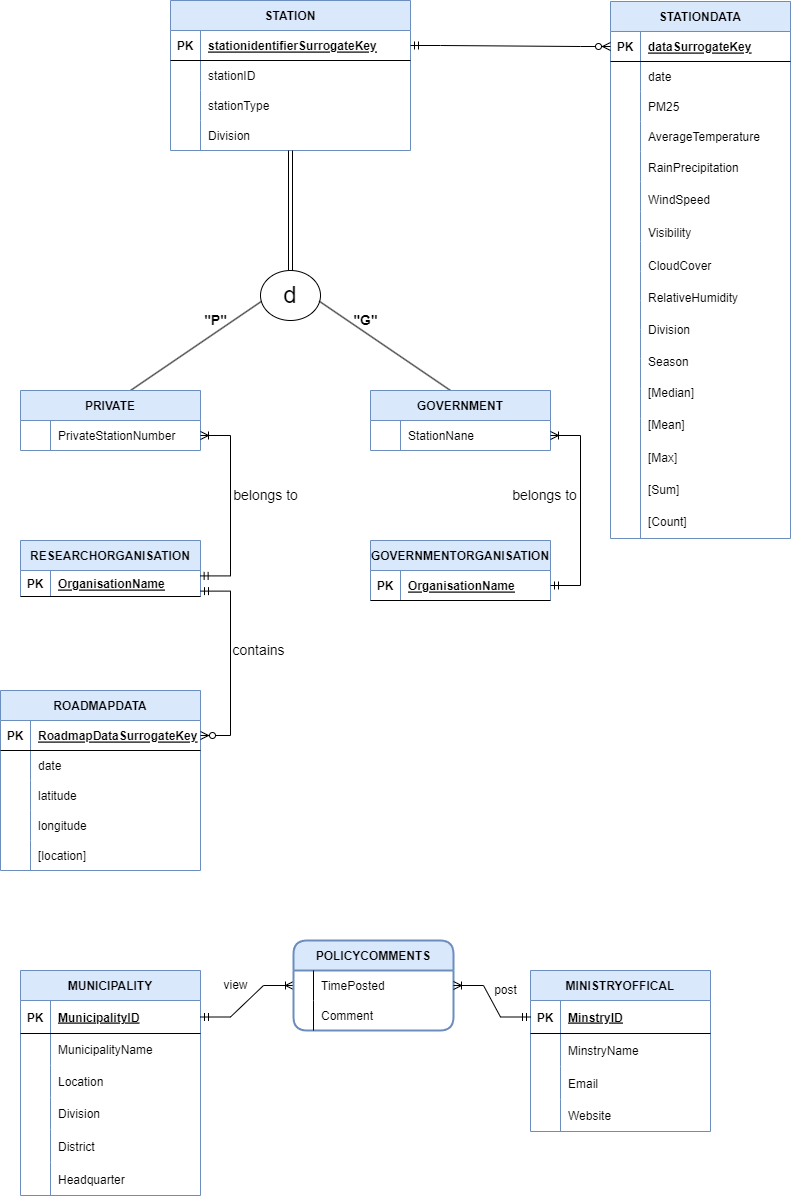
The draw.io diagram ERDFinal.drawio.png in toushifhossain1/AirQualityMonitoringOfBangladesh, before a commit. Source tidied: cells renumbered, new cells last; positions are measured from the earlier drawing's top-left corner, leaving out a move shared by most shapes.
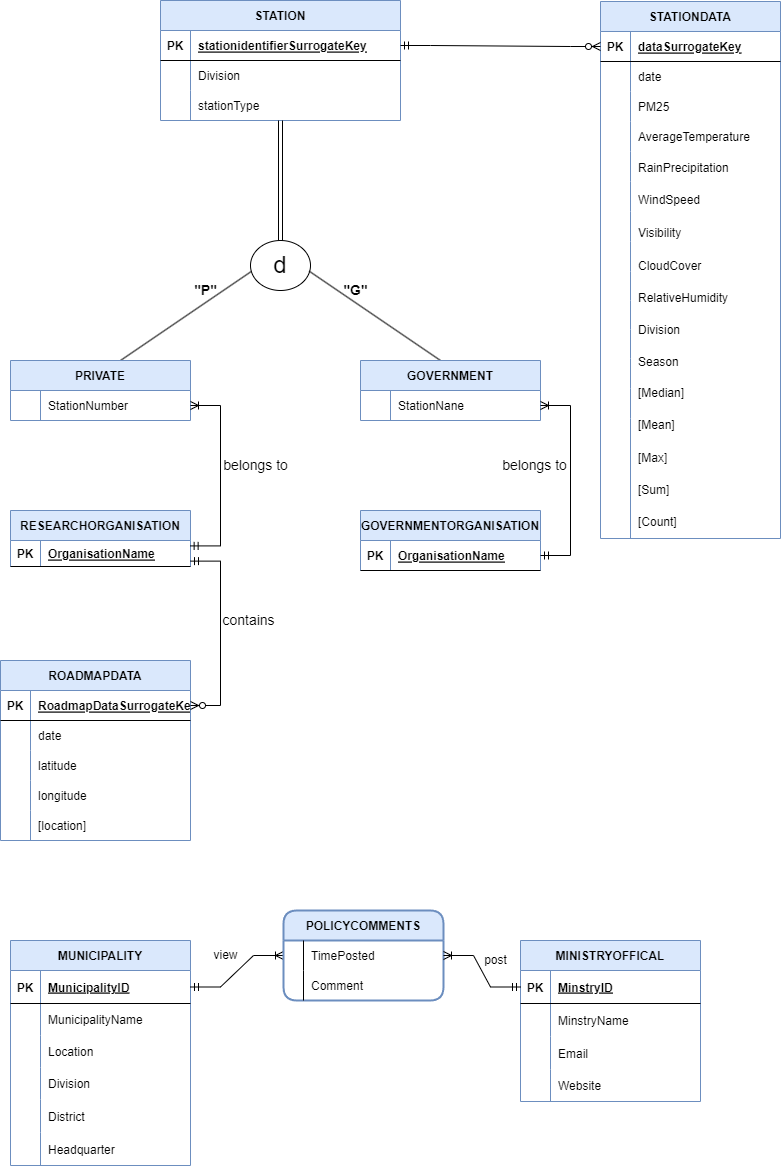
After the change.

The edit, as a diff of the source:
```diff
@@ -135,7 +135,7 @@
       <mxGeometry x="210" y="970" width="50" height="30" as="geometry" />
     </mxCell>
     <mxCell id="46" value="STATION" style="shape=table;startSize=30;rowLines=0;fontStyle=1;align=center;fillColor=#DAE8FC;strokeColor=#6c8ebf;" parent="1" vertex="1">
-      <mxGeometry x="170" width="240" height="150" as="geometry" />
+      <mxGeometry x="170" y="30" width="240" height="120" as="geometry" />
     </mxCell>
     <mxCell id="47" style="shape=tableRow;horizontal=0;startSize=0;swimlaneHead=0;swimlaneBody=0;fillColor=none;points=[[0,0.5],[1,0.5]];portConstraint=eastwest;top=0;left=0;right=0;bottom=1;" parent="46" vertex="1">
       <mxGeometry y="30" width="240" height="30" as="geometry" />
@@ -146,15 +146,15 @@
     <mxCell id="49" value="stationidentifierSurrogateKey" style="shape=partialRectangle;fillColor=none;top=0;left=0;bottom=0;right=0;align=left;spacingLeft=6;fontStyle=5;overflow=hidden;" parent="47" vertex="1">
       <mxGeometry x="30" width="210" height="30" as="geometry" />
     </mxCell>
-    <mxCell id="50" style="shape=tableRow;horizontal=0;startSize=0;swimlaneHead=0;swimlaneBody=0;fillColor=none;top=0;left=0;right=0;bottom=0;" parent="46" vertex="1">
-      <mxGeometry y="60" width="240" height="30" as="geometry" />
-    </mxCell>
-    <mxCell id="51" style="shape=partialRectangle;fillColor=none;top=0;left=0;bottom=0;right=0;overflow=hidden;" parent="50" vertex="1">
-      <mxGeometry width="30" height="30" as="geometry" />
-    </mxCell>
-    <mxCell id="52" value="stationID" style="shape=partialRectangle;fillColor=none;top=0;left=0;bottom=0;right=0;align=left;spacingLeft=6;overflow=hidden;" parent="50" vertex="1">
-      <mxGeometry x="30" width="210" height="30" as="geometry" />
-    </mxCell>
+    <mxCell id="56" style="shape=tableRow;horizontal=0;startSize=0;swimlaneHead=0;swimlaneBody=0;fillColor=none;top=0;left=0;right=0;bottom=0;" parent="46" vertex="1">
+      <mxGeometry y="60" width="240" height="30" as="geometry" />
+    </mxCell>
+    <mxCell id="57" style="shape=partialRectangle;fillColor=none;top=0;left=0;bottom=0;right=0;overflow=hidden;" parent="56" vertex="1">
+      <mxGeometry width="30" height="30" as="geometry" />
+    </mxCell>
+    <mxCell id="58" value="Division" style="shape=partialRectangle;fillColor=none;top=0;left=0;bottom=0;right=0;align=left;spacingLeft=6;overflow=hidden;" parent="56" vertex="1">
+      <mxGeometry x="30" width="210" height="30" as="geometry" />
+    </mxCell>
     <mxCell id="53" style="shape=tableRow;horizontal=0;startSize=0;swimlaneHead=0;swimlaneBody=0;fillColor=none;top=0;left=0;right=0;bottom=0;" parent="46" vertex="1">
       <mxGeometry y="90" width="240" height="30" as="geometry" />
     </mxCell>
@@ -164,17 +164,8 @@
     <mxCell id="55" value="stationType" style="shape=partialRectangle;fillColor=none;top=0;left=0;bottom=0;right=0;align=left;spacingLeft=6;overflow=hidden;" parent="53" vertex="1">
       <mxGeometry x="30" width="210" height="30" as="geometry" />
     </mxCell>
-    <mxCell id="56" style="shape=tableRow;horizontal=0;startSize=0;swimlaneHead=0;swimlaneBody=0;fillColor=none;top=0;left=0;right=0;bottom=0;" parent="46" vertex="1">
-      <mxGeometry y="120" width="240" height="30" as="geometry" />
-    </mxCell>
-    <mxCell id="57" style="shape=partialRectangle;fillColor=none;top=0;left=0;bottom=0;right=0;overflow=hidden;" parent="56" vertex="1">
-      <mxGeometry width="30" height="30" as="geometry" />
-    </mxCell>
-    <mxCell id="58" value="Division" style="shape=partialRectangle;fillColor=none;top=0;left=0;bottom=0;right=0;align=left;spacingLeft=6;overflow=hidden;" parent="56" vertex="1">
-      <mxGeometry x="30" width="210" height="30" as="geometry" />
-    </mxCell>
     <mxCell id="59" value="STATIONDATA" style="shape=table;startSize=30;rowLines=0;fontStyle=1;align=center;fillColor=#DAE8FC;strokeColor=#6C8EBF;" parent="1" vertex="1">
-      <mxGeometry x="610" y="1" width="180" height="537" as="geometry" />
+      <mxGeometry x="610" y="31" width="180" height="537" as="geometry" />
     </mxCell>
     <mxCell id="60" style="shape=tableRow;horizontal=0;startSize=0;swimlaneHead=0;swimlaneBody=0;fillColor=none;points=[[0,0.5],[1,0.5]];portConstraint=eastwest;top=0;left=0;right=0;bottom=1;" parent="59" vertex="1">
       <mxGeometry y="30" width="180" height="30" as="geometry" />
@@ -330,7 +321,7 @@
     <mxCell id="109" style="shape=partialRectangle;fillColor=none;top=0;left=0;bottom=0;right=0;overflow=hidden;" parent="108" vertex="1">
       <mxGeometry width="30" height="30" as="geometry" />
     </mxCell>
-    <mxCell id="110" value="PrivateStationNumber" style="shape=partialRectangle;fillColor=none;top=0;left=0;bottom=0;right=0;align=left;spacingLeft=6;overflow=hidden;" parent="108" vertex="1">
+    <mxCell id="110" value="StationNumber" style="shape=partialRectangle;fillColor=none;top=0;left=0;bottom=0;right=0;align=left;spacingLeft=6;overflow=hidden;" parent="108" vertex="1">
       <mxGeometry x="30" width="150" height="30" as="geometry" />
     </mxCell>
     <mxCell id="111" value="GOVERNMENT" style="shape=table;startSize=30;rowLines=0;fontStyle=1;align=center;fillColor=#DAE8FC;strokeColor=#6C8EBF;" parent="1" vertex="1">
@@ -358,52 +349,52 @@
       <mxGeometry x="30" width="150" height="26" as="geometry" />
     </mxCell>
     <mxCell id="119" value="ROADMAPDATA" style="shape=table;startSize=30;rowLines=0;fontStyle=1;align=center;fillColor=#DAE8FC;strokeColor=#6C8EBF;" parent="1" vertex="1">
-      <mxGeometry y="690" width="200" height="180" as="geometry" />
+      <mxGeometry x="10" y="690" width="190" height="180" as="geometry" />
     </mxCell>
     <mxCell id="120" style="shape=tableRow;horizontal=0;startSize=0;swimlaneHead=0;swimlaneBody=0;fillColor=none;points=[[0,0.5],[1,0.5]];portConstraint=eastwest;top=0;left=0;right=0;bottom=1;" parent="119" vertex="1">
-      <mxGeometry y="30" width="200" height="30" as="geometry" />
+      <mxGeometry y="30" width="190" height="30" as="geometry" />
     </mxCell>
     <mxCell id="121" value="PK" style="shape=partialRectangle;fillColor=none;top=0;left=0;bottom=0;right=0;fontStyle=1;overflow=hidden;" parent="120" vertex="1">
       <mxGeometry width="30" height="30" as="geometry" />
     </mxCell>
     <mxCell id="122" value="RoadmapDataSurrogateKey" style="shape=partialRectangle;fillColor=none;top=0;left=0;bottom=0;right=0;align=left;spacingLeft=6;fontStyle=5;overflow=hidden;" parent="120" vertex="1">
-      <mxGeometry x="30" width="170" height="30" as="geometry" />
+      <mxGeometry x="30" width="160" height="30" as="geometry" />
     </mxCell>
     <mxCell id="123" style="shape=tableRow;horizontal=0;startSize=0;swimlaneHead=0;swimlaneBody=0;fillColor=none;top=0;left=0;right=0;bottom=0;" parent="119" vertex="1">
-      <mxGeometry y="60" width="200" height="30" as="geometry" />
+      <mxGeometry y="60" width="190" height="30" as="geometry" />
     </mxCell>
     <mxCell id="124" style="shape=partialRectangle;fillColor=none;top=0;left=0;bottom=0;right=0;overflow=hidden;" parent="123" vertex="1">
       <mxGeometry width="30" height="30" as="geometry" />
     </mxCell>
     <mxCell id="125" value="date" style="shape=partialRectangle;fillColor=none;top=0;left=0;bottom=0;right=0;align=left;spacingLeft=6;overflow=hidden;" parent="123" vertex="1">
-      <mxGeometry x="30" width="170" height="30" as="geometry" />
+      <mxGeometry x="30" width="160" height="30" as="geometry" />
     </mxCell>
     <mxCell id="126" style="shape=tableRow;horizontal=0;startSize=0;swimlaneHead=0;swimlaneBody=0;fillColor=none;top=0;left=0;right=0;bottom=0;" parent="119" vertex="1">
-      <mxGeometry y="90" width="200" height="30" as="geometry" />
+      <mxGeometry y="90" width="190" height="30" as="geometry" />
     </mxCell>
     <mxCell id="127" style="shape=partialRectangle;fillColor=none;top=0;left=0;bottom=0;right=0;overflow=hidden;" parent="126" vertex="1">
       <mxGeometry width="30" height="30" as="geometry" />
     </mxCell>
     <mxCell id="128" value="latitude" style="shape=partialRectangle;fillColor=none;top=0;left=0;bottom=0;right=0;align=left;spacingLeft=6;overflow=hidden;" parent="126" vertex="1">
-      <mxGeometry x="30" width="170" height="30" as="geometry" />
+      <mxGeometry x="30" width="160" height="30" as="geometry" />
     </mxCell>
     <mxCell id="129" style="shape=tableRow;horizontal=0;startSize=0;swimlaneHead=0;swimlaneBody=0;fillColor=none;top=0;left=0;right=0;bottom=0;" parent="119" vertex="1">
-      <mxGeometry y="120" width="200" height="30" as="geometry" />
+      <mxGeometry y="120" width="190" height="30" as="geometry" />
     </mxCell>
     <mxCell id="130" style="shape=partialRectangle;fillColor=none;top=0;left=0;bottom=0;right=0;overflow=hidden;" parent="129" vertex="1">
       <mxGeometry width="30" height="30" as="geometry" />
     </mxCell>
     <mxCell id="131" value="longitude" style="shape=partialRectangle;fillColor=none;top=0;left=0;bottom=0;right=0;align=left;spacingLeft=6;overflow=hidden;" parent="129" vertex="1">
-      <mxGeometry x="30" width="170" height="30" as="geometry" />
+      <mxGeometry x="30" width="160" height="30" as="geometry" />
     </mxCell>
     <mxCell id="132" style="shape=tableRow;horizontal=0;startSize=0;swimlaneHead=0;swimlaneBody=0;fillColor=none;top=0;left=0;right=0;bottom=0;" parent="119" vertex="1">
-      <mxGeometry y="150" width="200" height="30" as="geometry" />
+      <mxGeometry y="150" width="190" height="30" as="geometry" />
     </mxCell>
     <mxCell id="133" style="shape=partialRectangle;fillColor=none;top=0;left=0;bottom=0;right=0;overflow=hidden;" parent="132" vertex="1">
       <mxGeometry width="30" height="30" as="geometry" />
     </mxCell>
     <mxCell id="134" value="[location]" style="shape=partialRectangle;fillColor=none;top=0;left=0;bottom=0;right=0;align=left;spacingLeft=6;overflow=hidden;" parent="132" vertex="1">
-      <mxGeometry x="30" width="170" height="30" as="geometry" />
+      <mxGeometry x="30" width="160" height="30" as="geometry" />
     </mxCell>
     <mxCell id="135" style="edgeStyle=entityRelationEdgeStyle;fontSize=12;html=1;endArrow=ERzeroToMany;startArrow=ERmandOne;rounded=0;entryX=0;entryY=0.5;entryDx=0;entryDy=0;" parent="1" edge="1" source="47" target="60">
       <mxGeometry relative="1" as="geometry" />
@@ -436,40 +427,40 @@
       <mxGeometry relative="1" as="geometry" />
     </mxCell>
     <mxCell id="145" value="RainPrecipitation" style="shape=partialRectangle;fillColor=none;top=0;left=0;bottom=0;right=0;align=left;spacingLeft=6;overflow=hidden;" parent="1" vertex="1">
-      <mxGeometry x="640" y="150" width="150" height="33" as="geometry" />
+      <mxGeometry x="640" y="180" width="150" height="33" as="geometry" />
     </mxCell>
     <mxCell id="146" value="WindSpeed" style="shape=partialRectangle;fillColor=none;top=0;left=0;bottom=0;right=0;align=left;spacingLeft=6;overflow=hidden;" parent="1" vertex="1">
-      <mxGeometry x="640" y="182" width="150" height="33" as="geometry" />
+      <mxGeometry x="640" y="212" width="150" height="33" as="geometry" />
     </mxCell>
     <mxCell id="147" value="Visibility" style="shape=partialRectangle;fillColor=none;top=0;left=0;bottom=0;right=0;align=left;spacingLeft=6;overflow=hidden;" parent="1" vertex="1">
-      <mxGeometry x="640" y="215" width="150" height="33" as="geometry" />
+      <mxGeometry x="640" y="245" width="150" height="33" as="geometry" />
     </mxCell>
     <mxCell id="148" value="CloudCover" style="shape=partialRectangle;fillColor=none;top=0;left=0;bottom=0;right=0;align=left;spacingLeft=6;overflow=hidden;" parent="1" vertex="1">
-      <mxGeometry x="640" y="248" width="150" height="33" as="geometry" />
+      <mxGeometry x="640" y="278" width="150" height="33" as="geometry" />
     </mxCell>
     <mxCell id="149" value="RelativeHumidity" style="shape=partialRectangle;fillColor=none;top=0;left=0;bottom=0;right=0;align=left;spacingLeft=6;overflow=hidden;" parent="1" vertex="1">
-      <mxGeometry x="640" y="280" width="150" height="33" as="geometry" />
+      <mxGeometry x="640" y="310" width="150" height="33" as="geometry" />
     </mxCell>
     <mxCell id="150" value="Division" style="shape=partialRectangle;fillColor=none;top=0;left=0;bottom=0;right=0;align=left;spacingLeft=6;overflow=hidden;" parent="1" vertex="1">
-      <mxGeometry x="640" y="312" width="150" height="33" as="geometry" />
+      <mxGeometry x="640" y="342" width="150" height="33" as="geometry" />
     </mxCell>
     <mxCell id="151" value="Season" style="shape=partialRectangle;fillColor=none;top=0;left=0;bottom=0;right=0;align=left;spacingLeft=6;overflow=hidden;" parent="1" vertex="1">
-      <mxGeometry x="640" y="349" width="150" height="23" as="geometry" />
+      <mxGeometry x="640" y="379" width="150" height="23" as="geometry" />
     </mxCell>
     <mxCell id="152" value="[Median]" style="shape=partialRectangle;fillColor=none;top=0;left=0;bottom=0;right=0;align=left;spacingLeft=6;overflow=hidden;" parent="1" vertex="1">
-      <mxGeometry x="640" y="375" width="150" height="33" as="geometry" />
+      <mxGeometry x="640" y="405" width="150" height="33" as="geometry" />
     </mxCell>
     <mxCell id="153" value="[Mean]" style="shape=partialRectangle;fillColor=none;top=0;left=0;bottom=0;right=0;align=left;spacingLeft=6;overflow=hidden;" parent="1" vertex="1">
-      <mxGeometry x="640" y="407" width="150" height="33" as="geometry" />
+      <mxGeometry x="640" y="437" width="150" height="33" as="geometry" />
     </mxCell>
     <mxCell id="154" value="[Max]" style="shape=partialRectangle;fillColor=none;top=0;left=0;bottom=0;right=0;align=left;spacingLeft=6;overflow=hidden;" parent="1" vertex="1">
-      <mxGeometry x="640" y="440" width="150" height="33" as="geometry" />
+      <mxGeometry x="640" y="470" width="150" height="33" as="geometry" />
     </mxCell>
     <mxCell id="155" value="[Sum]" style="shape=partialRectangle;fillColor=none;top=0;left=0;bottom=0;right=0;align=left;spacingLeft=6;overflow=hidden;" parent="1" vertex="1">
-      <mxGeometry x="640" y="472" width="150" height="33" as="geometry" />
+      <mxGeometry x="640" y="502" width="150" height="33" as="geometry" />
     </mxCell>
     <mxCell id="156" value="[Count]" style="shape=partialRectangle;fillColor=none;top=0;left=0;bottom=0;right=0;align=left;spacingLeft=6;overflow=hidden;" parent="1" vertex="1">
-      <mxGeometry x="640" y="504" width="150" height="33" as="geometry" />
+      <mxGeometry x="640" y="534" width="150" height="33" as="geometry" />
     </mxCell>
     <mxCell id="157" value="belongs to" style="text;html=1;align=center;verticalAlign=middle;strokeColor=none;fillColor=none;fontSize=14;" parent="1" vertex="1">
       <mxGeometry x="220" y="480" width="90" height="30" as="geometry" />
```
